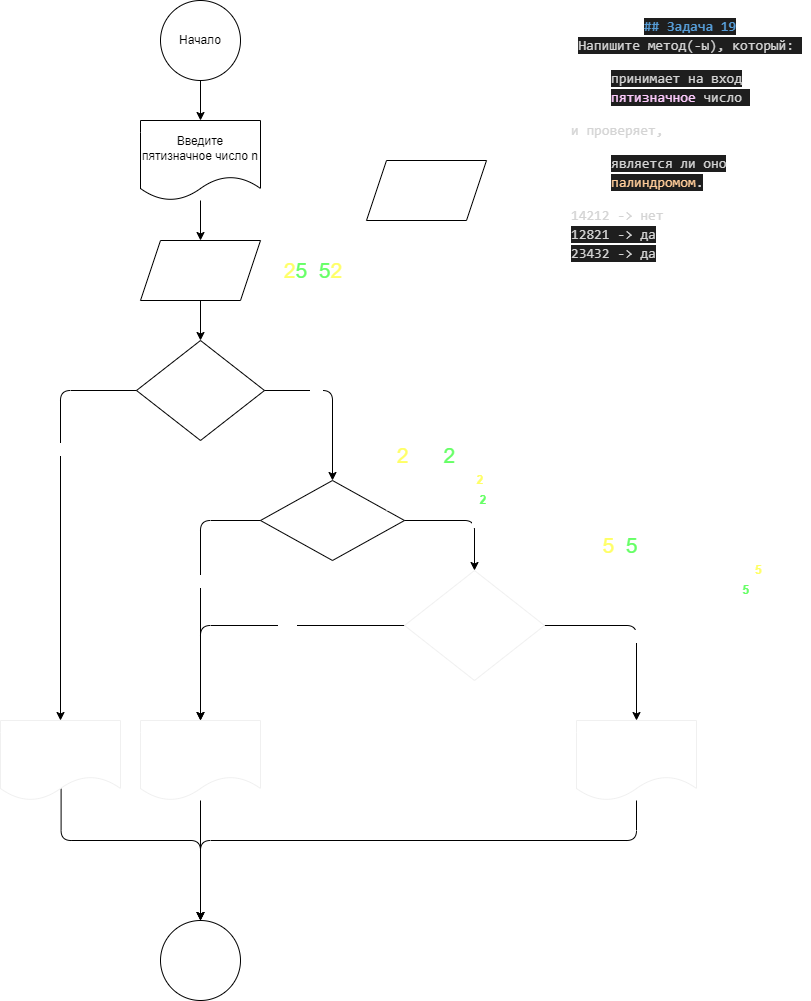
The draw.io diagram Homework/Homewotk_03/Ex019/diagramma.drawio.png in dvmax1984/Csharp25022023, before a commit. Source tidied: cells renumbered, new cells last; positions are measured from the earlier drawing's top-left corner, leaving out a move shared by most shapes. The source it was exported from:
```xml
<mxGraphModel>
  <root>
    <mxCell id="0" />
    <mxCell id="1" parent="0" />
    <mxCell id="2" value="&lt;div style=&quot;line-height: 19px;&quot;&gt;&lt;div style=&quot;color: rgb(212, 212, 212); font-family: Consolas, &amp;quot;Courier New&amp;quot;, monospace; font-size: 14px;&quot;&gt;&lt;span style=&quot;color: rgb(86, 156, 214); font-weight: bold; background-color: rgb(30, 30, 30);&quot;&gt;## Задача 19&lt;/span&gt;&lt;/div&gt;&lt;div style=&quot;font-family: Consolas, &amp;quot;Courier New&amp;quot;, monospace; font-size: 14px;&quot;&gt;&lt;span style=&quot;background-color: rgb(30, 30, 30);&quot;&gt;&lt;span style=&quot;color: rgb(212, 212, 212); text-align: left;&quot;&gt;Напишите метод(-ы), который:&amp;nbsp;&lt;/span&gt;&lt;br&gt;&lt;/span&gt;&lt;ul style=&quot;&quot;&gt;&lt;li style=&quot;text-align: left;&quot;&gt;&lt;span style=&quot;background-color: rgb(30, 30, 30);&quot;&gt;&lt;font color=&quot;#d4d4d4&quot;&gt;принимает на вход &lt;/font&gt;&lt;font color=&quot;#ffccff&quot;&gt;пятизначное &lt;/font&gt;&lt;font color=&quot;#d4d4d4&quot;&gt;число&amp;nbsp;&lt;/font&gt;&lt;/span&gt;&lt;/li&gt;&lt;/ul&gt;&lt;span style=&quot;color: rgb(212, 212, 212); background-color: rgb(30, 30, 30);&quot;&gt;&lt;div style=&quot;text-align: left;&quot;&gt;и проверяет,&amp;nbsp;&lt;/div&gt;&lt;/span&gt;&lt;ul style=&quot;&quot;&gt;&lt;li style=&quot;text-align: left;&quot;&gt;&lt;span style=&quot;background-color: rgb(30, 30, 30);&quot;&gt;&lt;font color=&quot;#d4d4d4&quot;&gt;является ли оно &lt;/font&gt;&lt;font color=&quot;#ffcc99&quot;&gt;палиндромом&lt;/font&gt;&lt;font color=&quot;#d4d4d4&quot;&gt;.&lt;/font&gt;&lt;/span&gt;&lt;/li&gt;&lt;/ul&gt;&lt;span style=&quot;color: rgb(212, 212, 212); background-color: rgb(30, 30, 30);&quot;&gt;&lt;div style=&quot;text-align: left;&quot;&gt;14212 -&amp;gt; нет&lt;/div&gt;&lt;/span&gt;&lt;div style=&quot;color: rgb(212, 212, 212); text-align: left;&quot;&gt;&lt;span style=&quot;background-color: rgb(30, 30, 30);&quot;&gt;12821 -&amp;gt; да&lt;/span&gt;&lt;/div&gt;&lt;/div&gt;&lt;div style=&quot;&quot;&gt;&lt;div style=&quot;text-align: left;&quot;&gt;&lt;font style=&quot;&quot; face=&quot;Consolas, Courier New, monospace&quot; color=&quot;#d4d4d4&quot;&gt;&lt;span style=&quot;font-size: 14px; background-color: rgb(30, 30, 30);&quot;&gt;23432 -&amp;gt; да&lt;/span&gt;&lt;/font&gt;&lt;/div&gt;&lt;/div&gt;&lt;/div&gt;" style="text;strokeColor=none;align=center;fillColor=default;html=1;verticalAlign=middle;whiteSpace=wrap;rounded=0;fontColor=#ffffff;" parent="1" vertex="1">
      <mxGeometry x="570" y="10" width="240" height="260" as="geometry" />
    </mxCell>
    <mxCell id="3" style="edgeStyle=none;html=1;" parent="1" edge="1" source="4" target="6">
      <mxGeometry relative="1" as="geometry" />
    </mxCell>
    <mxCell id="4" value="Начало" style="ellipse;whiteSpace=wrap;html=1;fillColor=none;" parent="1" vertex="1">
      <mxGeometry x="160" width="80" height="80" as="geometry" />
    </mxCell>
    <mxCell id="5" style="edgeStyle=none;html=1;" parent="1" edge="1" source="6" target="8">
      <mxGeometry relative="1" as="geometry" />
    </mxCell>
    <mxCell id="6" value="Введите пятизначное число n" style="shape=document;whiteSpace=wrap;html=1;boundedLbl=1;fillColor=none;" parent="1" vertex="1">
      <mxGeometry x="140" y="120" width="120" height="80" as="geometry" />
    </mxCell>
    <mxCell id="7" style="edgeStyle=none;html=1;" parent="1" edge="1" source="8" target="13">
      <mxGeometry relative="1" as="geometry" />
    </mxCell>
    <mxCell id="8" value="&lt;font color=&quot;#ffffff&quot;&gt;n&lt;/font&gt;" style="shape=parallelogram;perimeter=parallelogramPerimeter;whiteSpace=wrap;html=1;fixedSize=1;fillColor=none;" parent="1" vertex="1">
      <mxGeometry x="140" y="240" width="120" height="60" as="geometry" />
    </mxCell>
    <mxCell id="9" style="edgeStyle=orthogonalEdgeStyle;html=1;exitX=1;exitY=0.5;exitDx=0;exitDy=0;entryX=0.5;entryY=0;entryDx=0;entryDy=0;fontColor=#FFFF33;" parent="1" edge="1" source="13" target="21">
      <mxGeometry relative="1" as="geometry" />
    </mxCell>
    <mxCell id="10" value="Да" style="edgeLabel;html=1;align=center;verticalAlign=middle;fontColor=#FFFFFF;" parent="9" vertex="1">
      <mxGeometry x="-0.35" y="-1" relative="1" as="geometry" />
    </mxCell>
    <mxCell id="11" style="edgeStyle=orthogonalEdgeStyle;html=1;exitX=0;exitY=0.5;exitDx=0;exitDy=0;fontColor=#FFFF33;" parent="1" edge="1" source="13" target="15">
      <mxGeometry relative="1" as="geometry" />
    </mxCell>
    <mxCell id="12" value="Нет" style="edgeLabel;html=1;align=center;verticalAlign=middle;fontColor=#FFFFFF;" parent="11" vertex="1">
      <mxGeometry x="-0.34" y="1" relative="1" as="geometry" />
    </mxCell>
    <mxCell id="13" value="&lt;font color=&quot;#ffffff&quot;&gt;n =&amp;gt; 10000 &lt;br&gt;&amp;amp;&amp;amp; &lt;br&gt;n &amp;lt;= 99999&lt;/font&gt;" style="rhombus;whiteSpace=wrap;html=1;fillColor=none;" parent="1" vertex="1">
      <mxGeometry x="136" y="340" width="128" height="100" as="geometry" />
    </mxCell>
    <mxCell id="14" style="edgeStyle=orthogonalEdgeStyle;html=1;entryX=0.5;entryY=0;entryDx=0;entryDy=0;fontColor=#FFFF33;exitX=0.505;exitY=0.852;exitDx=0;exitDy=0;exitPerimeter=0;" parent="1" edge="1" source="15" target="16">
      <mxGeometry relative="1" as="geometry">
        <Array as="points">
          <mxPoint x="61" y="840" />
          <mxPoint x="200" y="840" />
        </Array>
      </mxGeometry>
    </mxCell>
    <mxCell id="15" value="&lt;font&gt;Число должно быть пятизначным!&lt;/font&gt;" style="shape=document;whiteSpace=wrap;html=1;boundedLbl=1;fontColor=#FFFFFF;strokeColor=#F0F0F0;fillColor=none;" parent="1" vertex="1">
      <mxGeometry y="720" width="120" height="80" as="geometry" />
    </mxCell>
    <mxCell id="16" value="&lt;font&gt;Конец&lt;/font&gt;" style="ellipse;whiteSpace=wrap;html=1;fontColor=#FFFFFF;fillColor=none;" parent="1" vertex="1">
      <mxGeometry x="160" y="920" width="80" height="80" as="geometry" />
    </mxCell>
    <mxCell id="17" style="edgeStyle=orthogonalEdgeStyle;html=1;exitX=1;exitY=0.5;exitDx=0;exitDy=0;entryX=0.5;entryY=0;entryDx=0;entryDy=0;fontColor=#66FF66;" parent="1" edge="1" source="21" target="29">
      <mxGeometry relative="1" as="geometry" />
    </mxCell>
    <mxCell id="18" value="&lt;font&gt;Да&lt;/font&gt;" style="edgeLabel;html=1;align=center;verticalAlign=middle;fontColor=#FFFFFF;" parent="17" vertex="1">
      <mxGeometry x="0.16" y="3" relative="1" as="geometry" />
    </mxCell>
    <mxCell id="19" style="edgeStyle=orthogonalEdgeStyle;html=1;exitX=0;exitY=0.5;exitDx=0;exitDy=0;entryX=0.5;entryY=0;entryDx=0;entryDy=0;fontColor=#FFFF66;" parent="1" edge="1" source="21" target="31">
      <mxGeometry relative="1" as="geometry" />
    </mxCell>
    <mxCell id="20" value="Нет" style="edgeLabel;html=1;align=center;verticalAlign=middle;fontColor=#FFFFFF;" parent="19" vertex="1">
      <mxGeometry x="-0.08" y="-1" relative="1" as="geometry" />
    </mxCell>
    <mxCell id="21" value="&lt;font&gt;n % 10&amp;nbsp;==&amp;nbsp;n / 10000&lt;/font&gt;" style="rhombus;whiteSpace=wrap;html=1;fontColor=#FFFFFF;fillColor=none;" parent="1" vertex="1">
      <mxGeometry x="260" y="480" width="144" height="80" as="geometry" />
    </mxCell>
    <mxCell id="22" value="&lt;font style=&quot;font-size: 21px;&quot;&gt;&lt;font style=&quot;font-size: 21px;&quot; color=&quot;#ffff66&quot;&gt;2&lt;/font&gt;&lt;font style=&quot;font-size: 21px;&quot; color=&quot;#66ff66&quot;&gt;5&lt;/font&gt;&lt;font style=&quot;font-size: 21px;&quot; color=&quot;#ffffff&quot;&gt;1&lt;/font&gt;&lt;font style=&quot;font-size: 21px;&quot; color=&quot;#66ff66&quot;&gt;5&lt;/font&gt;&lt;font style=&quot;font-size: 21px;&quot; color=&quot;#ffff66&quot;&gt;2&lt;/font&gt;&lt;/font&gt;" style="text;strokeColor=none;align=center;fillColor=default;html=1;verticalAlign=middle;whiteSpace=wrap;rounded=0;fontColor=#FFFF33;" parent="1" vertex="1">
      <mxGeometry x="276" y="252.5" width="74" height="35" as="geometry" />
    </mxCell>
    <mxCell id="23" value="&lt;font color=&quot;#ffffff&quot;&gt;25152 % 10 = &lt;/font&gt;&lt;font color=&quot;#ffff66&quot;&gt;&lt;b&gt;2&lt;/b&gt;&lt;/font&gt;" style="text;strokeColor=none;align=center;fillColor=default;html=1;verticalAlign=middle;whiteSpace=wrap;rounded=0;fontColor=#FFFF33;" parent="1" vertex="1">
      <mxGeometry x="386" y="470" width="110" height="20" as="geometry" />
    </mxCell>
    <mxCell id="24" value="&lt;font color=&quot;#ffffff&quot;&gt;25152 / 1000 = &lt;/font&gt;&lt;font color=&quot;#66ff66&quot;&gt;&lt;b&gt;2&lt;/b&gt;&lt;/font&gt;" style="text;strokeColor=none;align=center;fillColor=default;html=1;verticalAlign=middle;whiteSpace=wrap;rounded=0;fontColor=#FFFF33;" parent="1" vertex="1">
      <mxGeometry x="386" y="490" width="110" height="20" as="geometry" />
    </mxCell>
    <mxCell id="25" style="edgeStyle=orthogonalEdgeStyle;html=1;exitX=0;exitY=0.5;exitDx=0;exitDy=0;entryX=0.5;entryY=0;entryDx=0;entryDy=0;fontSize=21;fontColor=#66FF66;" parent="1" edge="1" source="29" target="31">
      <mxGeometry relative="1" as="geometry" />
    </mxCell>
    <mxCell id="26" value="&lt;font style=&quot;font-size: 11px;&quot;&gt;Нет&lt;/font&gt;" style="edgeLabel;html=1;align=center;verticalAlign=middle;fontSize=21;fontColor=#FFFFFF;" parent="25" vertex="1">
      <mxGeometry x="-0.21" y="1" relative="1" as="geometry" />
    </mxCell>
    <mxCell id="27" style="edgeStyle=orthogonalEdgeStyle;html=1;entryX=0.5;entryY=0;entryDx=0;entryDy=0;fontSize=11;fontColor=#FFFFFF;" parent="1" edge="1" source="29" target="37">
      <mxGeometry relative="1" as="geometry">
        <Array as="points">
          <mxPoint x="636" y="625" />
        </Array>
      </mxGeometry>
    </mxCell>
    <mxCell id="28" value="Да" style="edgeLabel;html=1;align=center;verticalAlign=middle;fontSize=11;fontColor=#FFFFFF;" parent="27" vertex="1">
      <mxGeometry x="0.09" y="-1" relative="1" as="geometry" />
    </mxCell>
    <mxCell id="29" value="&lt;font&gt;(n / 1000) % 10&lt;br&gt;== &lt;br&gt;(n / 10) % 10&lt;/font&gt;" style="rhombus;whiteSpace=wrap;html=1;strokeColor=#F0F0F0;fontColor=#FFFFFF;fillColor=none;" parent="1" vertex="1">
      <mxGeometry x="404" y="570" width="140" height="110" as="geometry" />
    </mxCell>
    <mxCell id="30" style="edgeStyle=orthogonalEdgeStyle;html=1;entryX=0.5;entryY=0;entryDx=0;entryDy=0;fontColor=#FFFF66;" parent="1" edge="1" source="31" target="16">
      <mxGeometry relative="1" as="geometry" />
    </mxCell>
    <mxCell id="31" value="&lt;font&gt;Число не является палиндромом&lt;/font&gt;" style="shape=document;whiteSpace=wrap;html=1;boundedLbl=1;strokeColor=#F0F0F0;fontColor=#FFFFFF;fillColor=none;" parent="1" vertex="1">
      <mxGeometry x="140" y="720" width="120" height="80" as="geometry" />
    </mxCell>
    <mxCell id="32" value="25152 / 1000 = 25.152 % 10 = &lt;font color=&quot;#ffff66&quot;&gt;&lt;b&gt;5&lt;/b&gt;&lt;/font&gt;" style="text;strokeColor=none;align=center;fillColor=default;html=1;verticalAlign=middle;whiteSpace=wrap;rounded=0;fontColor=#FFFFFF;" parent="1" vertex="1">
      <mxGeometry x="576" y="560" width="200" height="20" as="geometry" />
    </mxCell>
    <mxCell id="33" value="&lt;font style=&quot;font-size: 21px;&quot;&gt;&lt;font style=&quot;color: rgb(255, 255, 255); font-size: 21px;&quot;&gt;2&lt;/font&gt;&lt;font color=&quot;#ffff66&quot; style=&quot;font-size: 21px;&quot;&gt;5&lt;/font&gt;&lt;font style=&quot;color: rgb(255, 255, 255); font-size: 21px;&quot;&gt;1&lt;/font&gt;&lt;font color=&quot;#66ff66&quot; style=&quot;font-size: 21px;&quot;&gt;5&lt;/font&gt;&lt;font style=&quot;color: rgb(255, 255, 255); font-size: 21px;&quot;&gt;2&lt;/font&gt;&lt;/font&gt;" style="text;strokeColor=none;align=center;fillColor=default;html=1;verticalAlign=middle;whiteSpace=wrap;rounded=0;fontColor=#FFFF33;" parent="1" vertex="1">
      <mxGeometry x="590" y="530" width="60" height="30" as="geometry" />
    </mxCell>
    <mxCell id="34" value="25152 / 10 = 2515.2 % 10 = &lt;font color=&quot;#66ff66&quot;&gt;&lt;b&gt;5&lt;/b&gt;&lt;/font&gt;" style="text;strokeColor=none;align=center;fillColor=default;html=1;verticalAlign=middle;whiteSpace=wrap;rounded=0;fontColor=#FFFFFF;" parent="1" vertex="1">
      <mxGeometry x="570" y="580" width="200" height="20" as="geometry" />
    </mxCell>
    <mxCell id="35" value="&lt;font style=&quot;font-size: 21px;&quot;&gt;&lt;font color=&quot;#ffff66&quot; style=&quot;font-size: 21px;&quot;&gt;2&lt;/font&gt;&lt;font color=&quot;#ffffff&quot; style=&quot;font-size: 21px;&quot;&gt;5&lt;/font&gt;&lt;font style=&quot;color: rgb(255, 255, 255); font-size: 21px;&quot;&gt;15&lt;/font&gt;&lt;font color=&quot;#66ff66&quot; style=&quot;font-size: 21px;&quot;&gt;2&lt;/font&gt;&lt;/font&gt;" style="text;strokeColor=none;align=center;fillColor=default;html=1;verticalAlign=middle;whiteSpace=wrap;rounded=0;fontColor=#FFFF33;" parent="1" vertex="1">
      <mxGeometry x="396" y="440" width="60" height="30" as="geometry" />
    </mxCell>
    <mxCell id="36" style="edgeStyle=orthogonalEdgeStyle;html=1;entryX=0.5;entryY=0;entryDx=0;entryDy=0;fontSize=11;fontColor=#FFFFFF;" parent="1" edge="1" source="37" target="16">
      <mxGeometry relative="1" as="geometry">
        <Array as="points">
          <mxPoint x="636" y="840" />
          <mxPoint x="200" y="840" />
        </Array>
      </mxGeometry>
    </mxCell>
    <mxCell id="37" value="&lt;font&gt;Число не является палиндромом&lt;/font&gt;" style="shape=document;whiteSpace=wrap;html=1;boundedLbl=1;strokeColor=#F0F0F0;fontColor=#FFFFFF;fillColor=none;" parent="1" vertex="1">
      <mxGeometry x="576" y="720" width="120" height="80" as="geometry" />
    </mxCell>
    <mxCell id="38" value="987" style="shape=parallelogram;perimeter=parallelogramPerimeter;whiteSpace=wrap;html=1;fixedSize=1;fontColor=#FFFFFF;fillColor=none;" parent="1" vertex="1">
      <mxGeometry x="366" y="160" width="120" height="60" as="geometry" />
    </mxCell>
  </root>
</mxGraphModel>
```
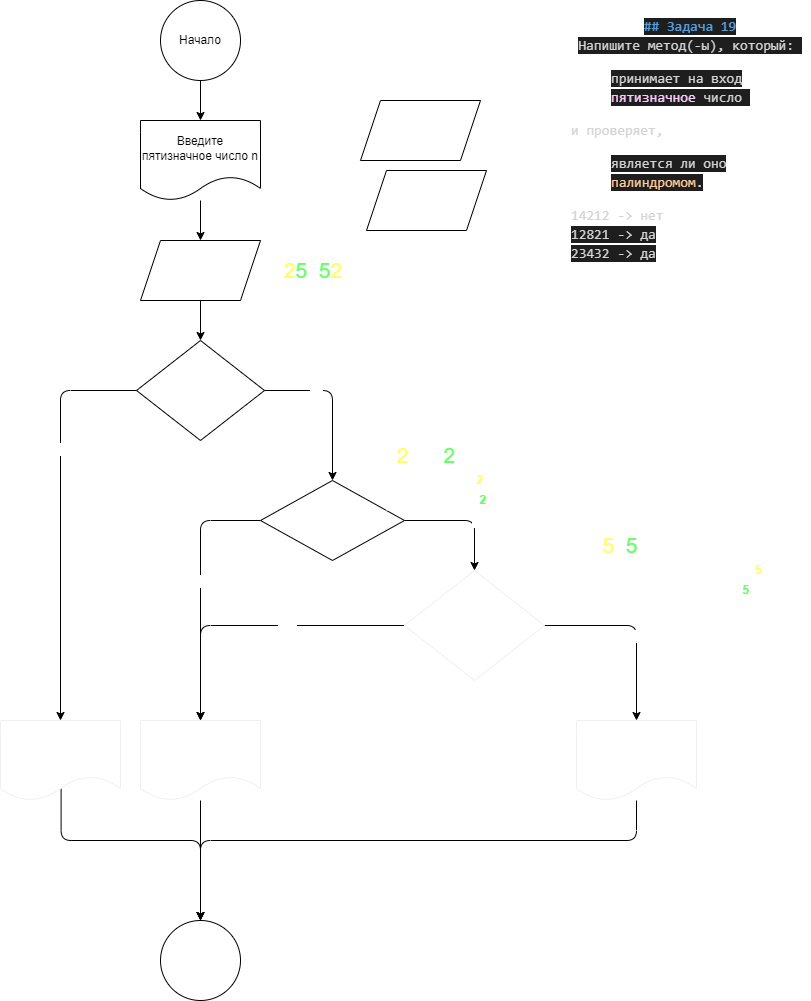
Later version of the same file.

Commit message:
Обновил диграмму в задаче HW03Ex019

Change to the diagram source:
```diff
@@ -125,7 +125,10 @@
       <mxGeometry x="576" y="720" width="120" height="80" as="geometry" />
     </mxCell>
     <mxCell id="38" value="987" style="shape=parallelogram;perimeter=parallelogramPerimeter;whiteSpace=wrap;html=1;fixedSize=1;fontColor=#FFFFFF;fillColor=none;" parent="1" vertex="1">
-      <mxGeometry x="366" y="160" width="120" height="60" as="geometry" />
+      <mxGeometry x="360" y="100" width="120" height="60" as="geometry" />
     </mxCell>
+    <mxCell id="39" value="987" style="shape=parallelogram;perimeter=parallelogramPerimeter;whiteSpace=wrap;html=1;fixedSize=1;fontColor=#FFFFFF;fillColor=none;" parent="1" vertex="1">
+      <mxGeometry x="366" y="170" width="120" height="60" as="geometry" />
+    </mxCell>
   </root>
 </mxGraphModel>
```
